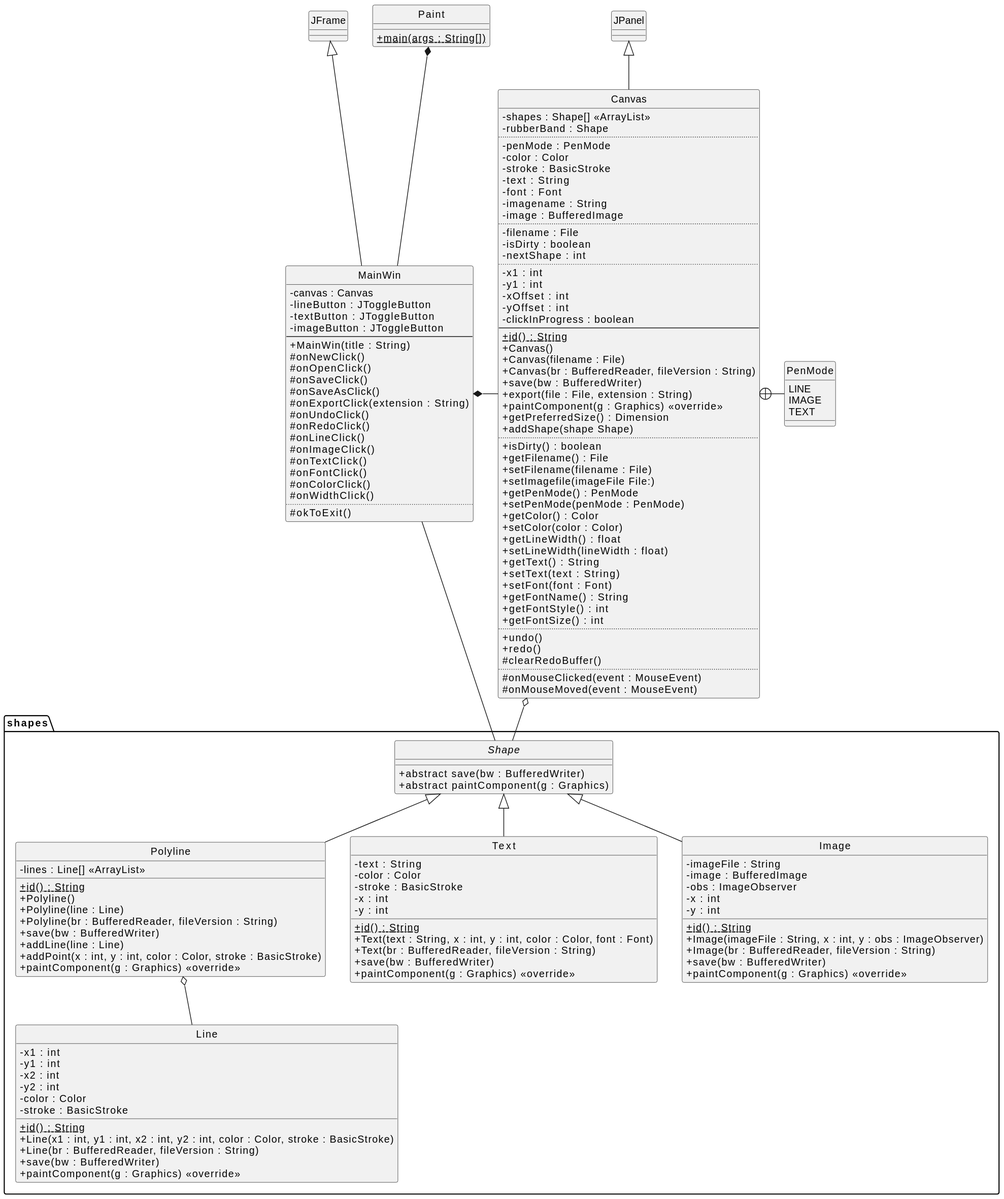
Before: 16/UML.svg, a diagram exported from PlantUML (prof-rice/cse1325-prof-202301).
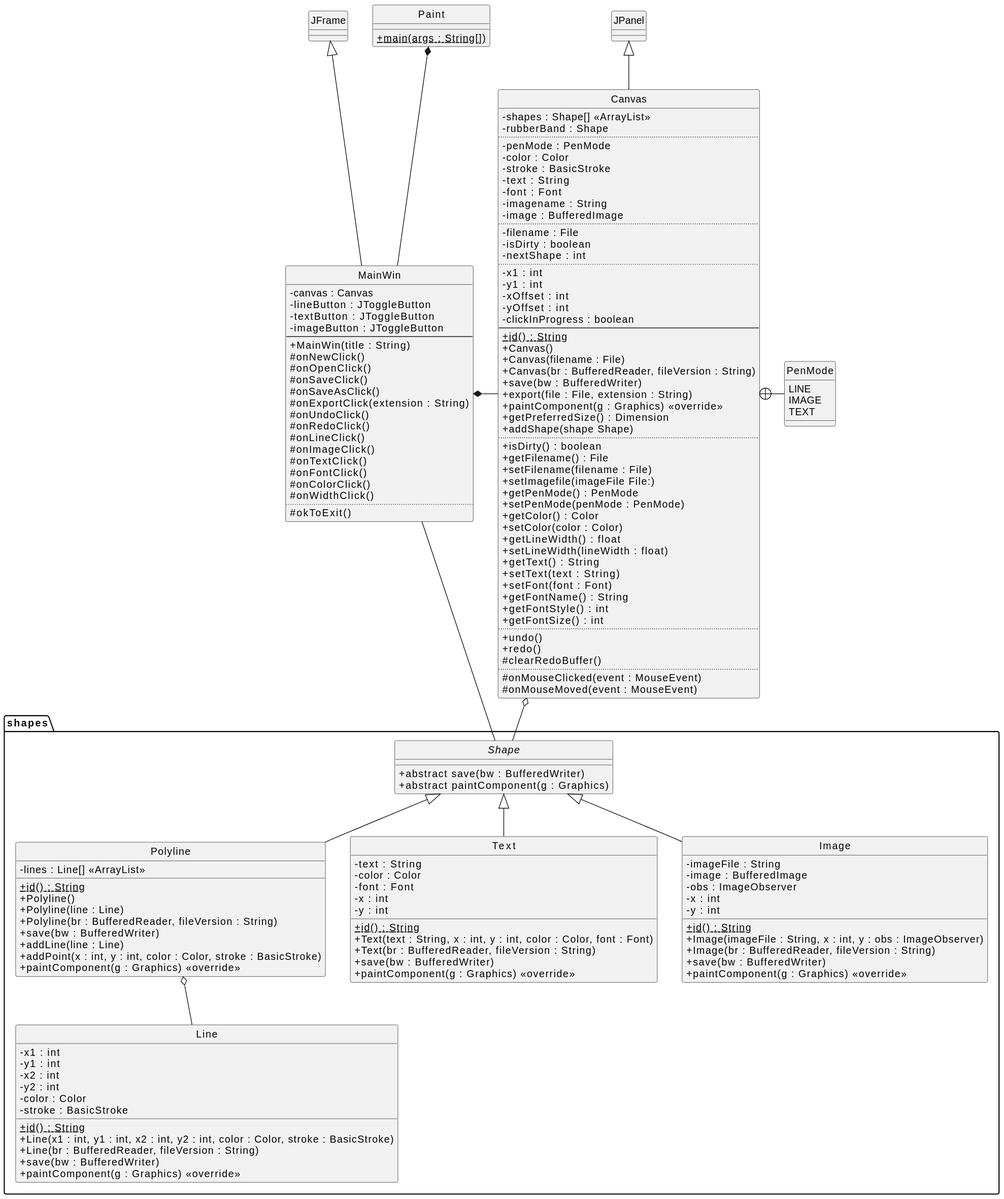
The same diagram one commit later.

Commit message:
16 fix UML diagram Text font field

Diff of the diagram source:
```diff
@@ -38,7 +38,7 @@
 class Text {
 -text : String
 -color : Color
--stroke : BasicStroke
+-font : Font
 -x : int
 -y : int
 +{static} id() : String
```
